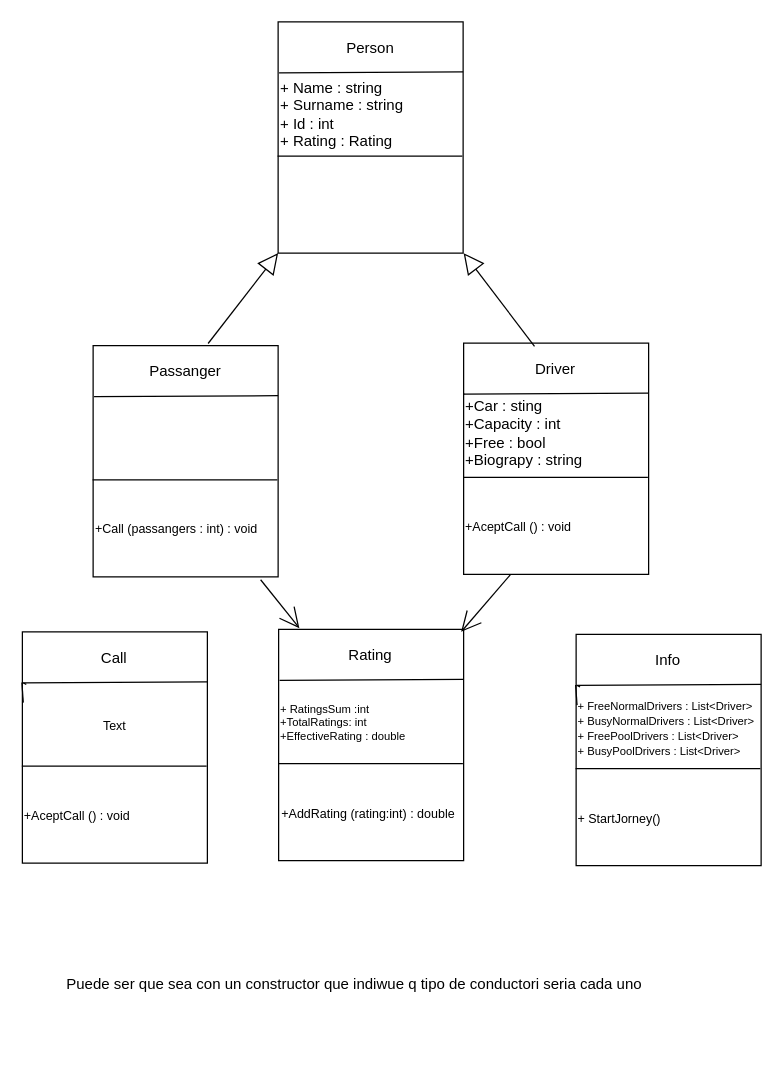
Before: DiagramasUml.drawio in bugarin03/PII_TwitterApi, a draw.io diagram. Source tidied: cells renumbered, new cells numbered last; positions are measured from the earlier drawing's top-left corner, leaving out a move shared by most shapes. Both pictures are drawn from the tidied source at 125%, with x=0, y=0 at pixel (21, 21).
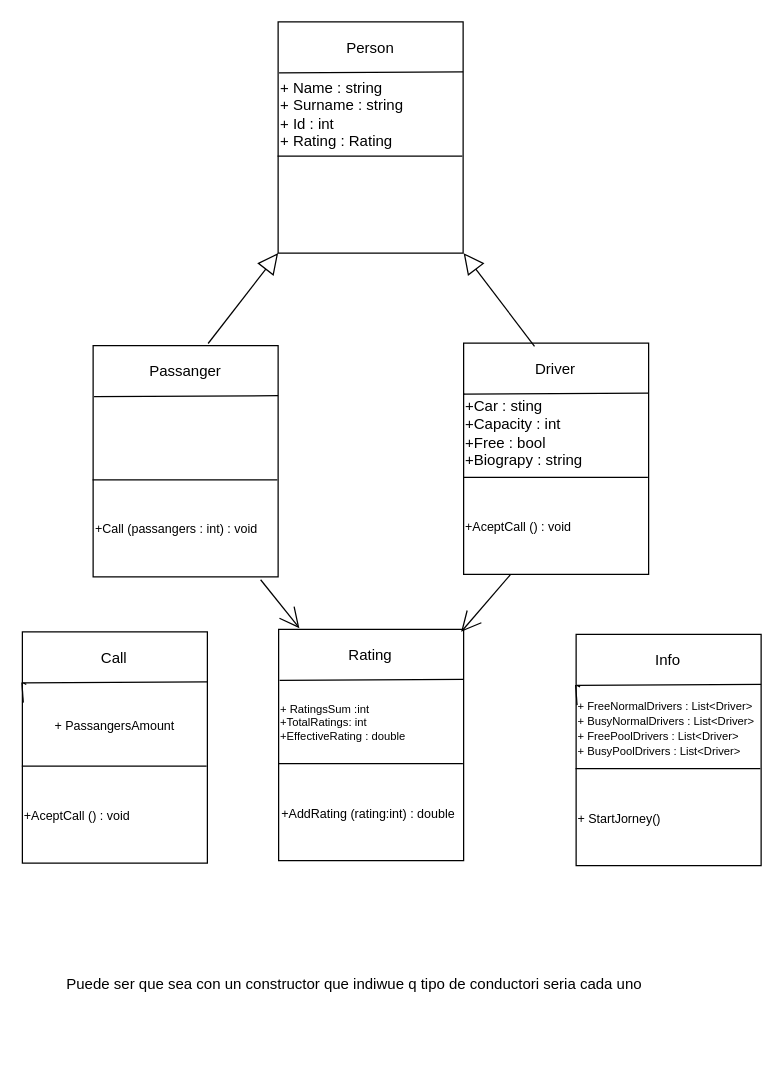
The same page after the edit.

The edit, as a diff of the source:
```diff
@@
-    <mxCell id="44" value="Text" style="text;html=1;strokeColor=none;fillColor=none;align=center;verticalAlign=middle;whiteSpace=wrap;rounded=0;fontSize=10;" parent="1" vertex="1">
+    <mxCell id="44" value="+ PassangersAmount" style="text;html=1;strokeColor=none;fillColor=none;align=center;verticalAlign=middle;whiteSpace=wrap;rounded=0;fontSize=10;" parent="1" vertex="1">
       <mxGeometry x="0.4" y="530" width="148.6" height="66" as="geometry" />
     </mxCell>
```
